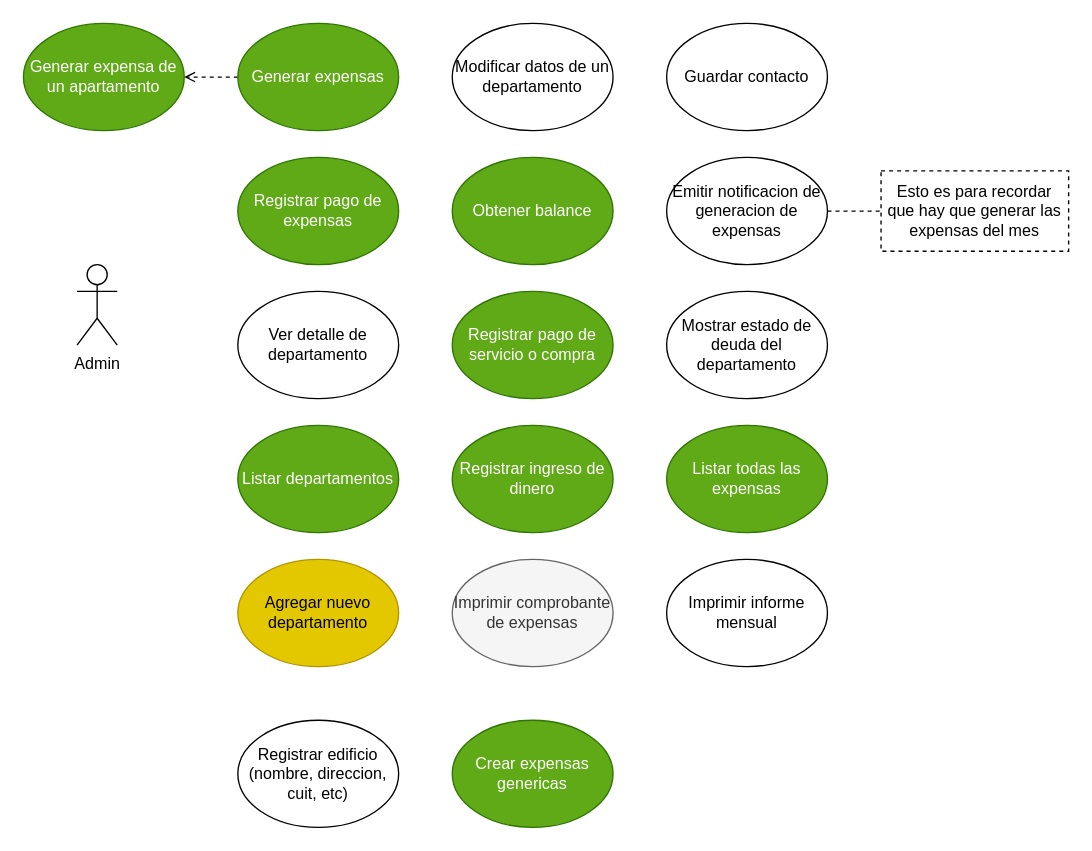
The draw.io diagram docs/usecases.drawio in elmiguedev/expensoides, before the edit. Source tidied: cells renumbered, new cells numbered last; positions are measured from the earlier drawing's top-left corner, leaving out a move shared by most shapes. Both pictures are drawn from the tidied source at 134%, with x=0, y=0 at pixel (23, 23).
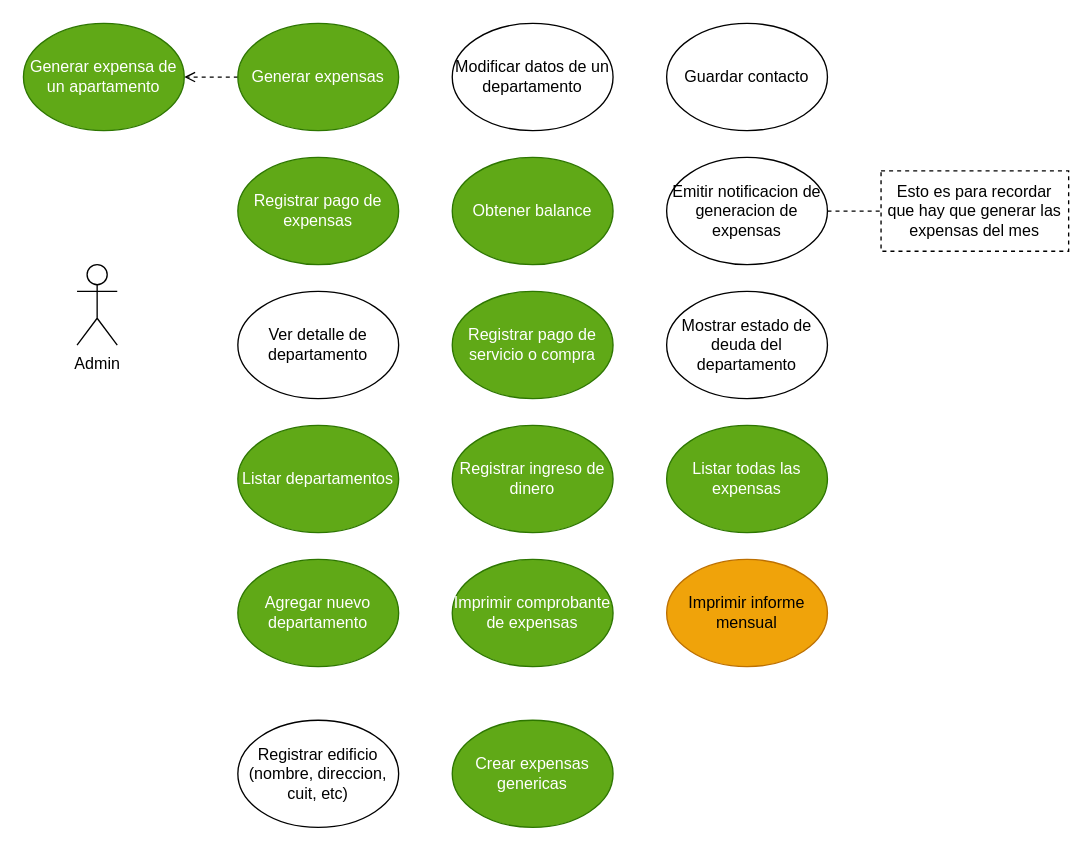
The same diagram, later.

Change to the diagram source:
```diff
@@
-    <mxCell id="8" value="Agregar nuevo departamento" style="ellipse;whiteSpace=wrap;html=1;fillColor=#e3c800;fontColor=#000000;strokeColor=#B09500;" parent="1" vertex="1">
+    <mxCell id="8" value="Agregar nuevo departamento" style="ellipse;whiteSpace=wrap;html=1;fillColor=#60a917;fontColor=#ffffff;strokeColor=#2D7600;" parent="1" vertex="1">
       <mxGeometry x="160" y="400" width="120" height="80" as="geometry" />
     </mxCell>
@@
-    <mxCell id="13" value="Imprimir comprobante de expensas" style="ellipse;whiteSpace=wrap;html=1;fillColor=#f5f5f5;fontColor=#333333;strokeColor=#666666;" parent="1" vertex="1">
+    <mxCell id="13" value="Imprimir comprobante de expensas" style="ellipse;whiteSpace=wrap;html=1;fillColor=#60a917;fontColor=#ffffff;strokeColor=#2D7600;" parent="1" vertex="1">
       <mxGeometry x="320" y="400" width="120" height="80" as="geometry" />
     </mxCell>
@@
-    <mxCell id="21" value="Imprimir informe mensual" style="ellipse;whiteSpace=wrap;html=1;" parent="1" vertex="1">
+    <mxCell id="21" value="Imprimir informe mensual" style="ellipse;whiteSpace=wrap;html=1;fillColor=#f0a30a;strokeColor=#BD7000;fontColor=#000000;" parent="1" vertex="1">
       <mxGeometry x="480" y="400" width="120" height="80" as="geometry" />
     </mxCell>
```
